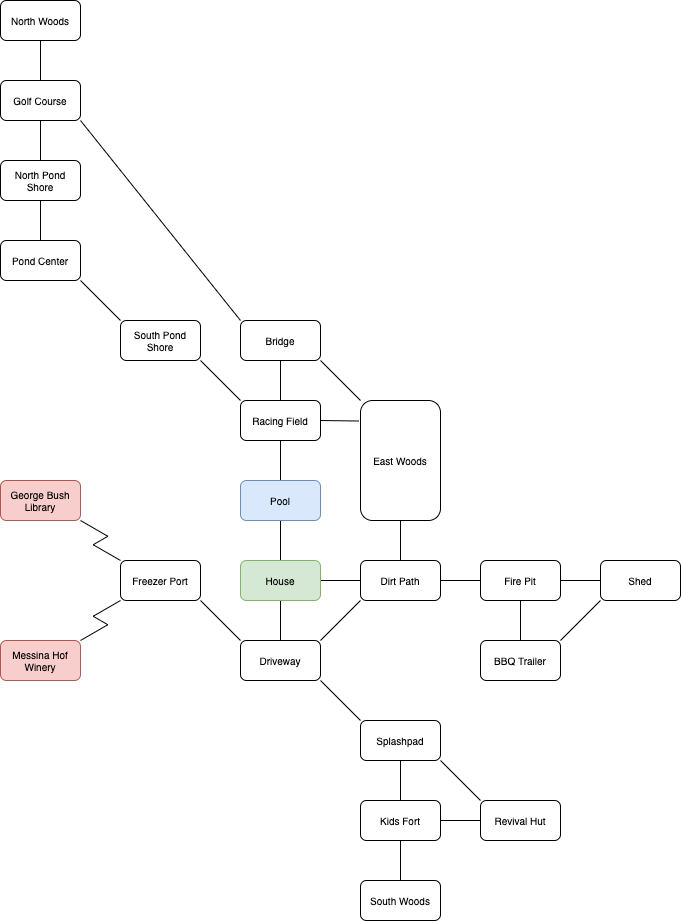
Above: docs/images/lbpquest-ii-Outside.png in rusty-software/lbpquest-ii (draw.io), before the change. Source tidied: cells renumbered, new cells last; positions are measured from the earlier drawing's top-left corner, leaving out a move shared by most shapes.
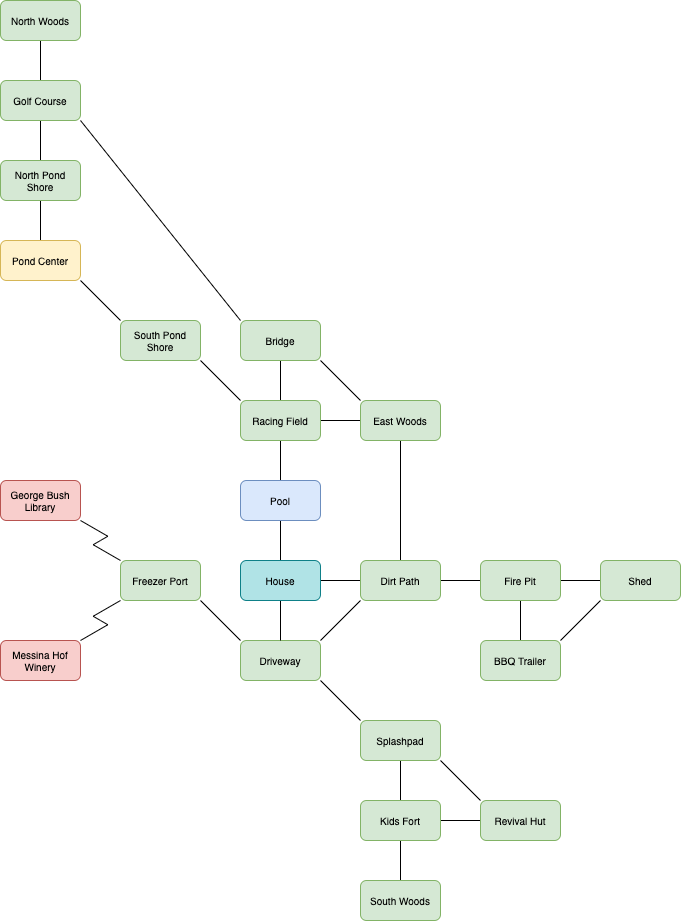
After the change.

Diff of the diagram source:
```diff
@@ -8,7 +8,7 @@
     <mxCell id="3" style="edgeStyle=none;rounded=0;jettySize=auto;html=1;exitX=1;exitY=1;exitDx=0;exitDy=0;entryX=0;entryY=0;entryDx=0;entryDy=0;fontSize=10;endArrow=none;endFill=0;" parent="1" edge="1" source="4" target="7">
       <mxGeometry relative="1" as="geometry" />
     </mxCell>
-    <mxCell id="4" value="Driveway" style="rounded=1;whiteSpace=wrap;html=1;fontSize=10;" parent="1" vertex="1">
+    <mxCell id="4" value="Driveway" style="rounded=1;whiteSpace=wrap;html=1;fontSize=10;fillColor=#d5e8d4;strokeColor=#82b366;" parent="1" vertex="1">
       <mxGeometry x="240" y="640" width="80" height="40" as="geometry" />
     </mxCell>
     <mxCell id="5" style="edgeStyle=none;rounded=0;jettySize=auto;html=1;exitX=0.5;exitY=1;exitDx=0;exitDy=0;entryX=0.5;entryY=0;entryDx=0;entryDy=0;fontSize=10;endArrow=none;endFill=0;" parent="1" edge="1" source="7" target="10">
@@ -17,7 +17,7 @@
     <mxCell id="6" style="edgeStyle=none;rounded=0;jettySize=auto;html=1;exitX=1;exitY=1;exitDx=0;exitDy=0;entryX=0;entryY=0;entryDx=0;entryDy=0;fontSize=10;endArrow=none;endFill=0;" parent="1" edge="1" source="7" target="12">
       <mxGeometry relative="1" as="geometry" />
     </mxCell>
-    <mxCell id="7" value="Splashpad" style="rounded=1;whiteSpace=wrap;html=1;fontSize=10;" parent="1" vertex="1">
+    <mxCell id="7" value="Splashpad" style="rounded=1;whiteSpace=wrap;html=1;fontSize=10;fillColor=#d5e8d4;strokeColor=#82b366;" parent="1" vertex="1">
       <mxGeometry x="360" y="720" width="80" height="40" as="geometry" />
     </mxCell>
     <mxCell id="8" style="edgeStyle=none;rounded=0;jettySize=auto;html=1;exitX=1;exitY=0.5;exitDx=0;exitDy=0;entryX=0;entryY=0.5;entryDx=0;entryDy=0;fontSize=10;endArrow=none;endFill=0;" parent="1" edge="1" source="10" target="12">
@@ -26,13 +26,13 @@
     <mxCell id="9" style="edgeStyle=none;rounded=0;jettySize=auto;html=1;exitX=0.5;exitY=1;exitDx=0;exitDy=0;entryX=0.5;entryY=0;entryDx=0;entryDy=0;fontSize=10;endArrow=none;endFill=0;" parent="1" edge="1" source="10" target="11">
       <mxGeometry relative="1" as="geometry" />
     </mxCell>
-    <mxCell id="10" value="Kids Fort" style="rounded=1;whiteSpace=wrap;html=1;fontSize=10;" parent="1" vertex="1">
+    <mxCell id="10" value="Kids Fort" style="rounded=1;whiteSpace=wrap;html=1;fontSize=10;fillColor=#d5e8d4;strokeColor=#82b366;" parent="1" vertex="1">
       <mxGeometry x="360" y="800" width="80" height="40" as="geometry" />
     </mxCell>
-    <mxCell id="11" value="South Woods" style="rounded=1;whiteSpace=wrap;html=1;fontSize=10;" parent="1" vertex="1">
+    <mxCell id="11" value="South Woods" style="rounded=1;whiteSpace=wrap;html=1;fontSize=10;fillColor=#d5e8d4;strokeColor=#82b366;" parent="1" vertex="1">
       <mxGeometry x="360" y="880" width="80" height="40" as="geometry" />
     </mxCell>
-    <mxCell id="12" value="Revival Hut" style="rounded=1;whiteSpace=wrap;html=1;fontSize=10;" parent="1" vertex="1">
+    <mxCell id="12" value="Revival Hut" style="rounded=1;whiteSpace=wrap;html=1;fontSize=10;fillColor=#d5e8d4;strokeColor=#82b366;" parent="1" vertex="1">
       <mxGeometry x="480" y="800" width="80" height="40" as="geometry" />
     </mxCell>
     <mxCell id="13" style="edgeStyle=orthogonalEdgeStyle;rounded=0;jettySize=auto;html=1;exitX=1;exitY=0.5;exitDx=0;exitDy=0;entryX=0;entryY=0.5;entryDx=0;entryDy=0;fontSize=10;endArrow=none;endFill=0;" parent="1" edge="1" source="16" target="27">
@@ -44,7 +44,7 @@
     <mxCell id="15" style="edgeStyle=none;rounded=0;jettySize=auto;html=1;exitX=0.5;exitY=0;exitDx=0;exitDy=0;entryX=0.5;entryY=1;entryDx=0;entryDy=0;fontSize=10;endArrow=none;endFill=0;" parent="1" edge="1" source="16" target="18">
       <mxGeometry relative="1" as="geometry" />
     </mxCell>
-    <mxCell id="16" value="House" style="rounded=1;whiteSpace=wrap;html=1;fontSize=10;fillColor=#d5e8d4;strokeColor=#82b366;" parent="1" vertex="1">
+    <mxCell id="16" value="House" style="rounded=1;whiteSpace=wrap;html=1;fontSize=10;fillColor=#b0e3e6;strokeColor=#0e8088;" parent="1" vertex="1">
       <mxGeometry x="240" y="560" width="80" height="40" as="geometry" />
     </mxCell>
     <mxCell id="17" style="edgeStyle=none;rounded=0;jettySize=auto;html=1;exitX=0.5;exitY=0;exitDx=0;exitDy=0;entryX=0.5;entryY=1;entryDx=0;entryDy=0;fontSize=10;endArrow=none;endFill=0;" parent="1" edge="1" source="18" target="37">
@@ -62,7 +62,7 @@
     <mxCell id="21" style="edgeStyle=isometricEdgeStyle;rounded=0;jettySize=auto;html=1;exitX=0;exitY=0;exitDx=0;exitDy=0;entryX=1;entryY=1;entryDx=0;entryDy=0;fontSize=10;endArrow=none;endFill=0;elbow=vertical;" parent="1" edge="1" source="22" target="23">
       <mxGeometry relative="1" as="geometry" />
     </mxCell>
-    <mxCell id="22" value="Freezer Port" style="rounded=1;whiteSpace=wrap;html=1;fontSize=10;" parent="1" vertex="1">
+    <mxCell id="22" value="Freezer Port" style="rounded=1;whiteSpace=wrap;html=1;fontSize=10;fillColor=#d5e8d4;strokeColor=#82b366;" parent="1" vertex="1">
       <mxGeometry x="120" y="560" width="80" height="40" as="geometry" />
     </mxCell>
     <mxCell id="23" value="George Bush Library" style="rounded=1;whiteSpace=wrap;html=1;fontSize=10;fillColor=#f8cecc;strokeColor=#b85450;" parent="1" vertex="1">
@@ -77,7 +77,7 @@
     <mxCell id="26" style="edgeStyle=none;rounded=0;jettySize=auto;html=1;exitX=0.5;exitY=0;exitDx=0;exitDy=0;entryX=0.5;entryY=1;entryDx=0;entryDy=0;fontSize=10;endArrow=none;endFill=0;" parent="1" edge="1" source="27" target="50">
       <mxGeometry relative="1" as="geometry" />
     </mxCell>
-    <mxCell id="27" value="Dirt Path" style="rounded=1;whiteSpace=wrap;html=1;fontSize=10;" parent="1" vertex="1">
+    <mxCell id="27" value="Dirt Path" style="rounded=1;whiteSpace=wrap;html=1;fontSize=10;fillColor=#d5e8d4;strokeColor=#82b366;" parent="1" vertex="1">
       <mxGeometry x="360" y="560" width="80" height="40" as="geometry" />
     </mxCell>
     <mxCell id="28" style="edgeStyle=orthogonalEdgeStyle;rounded=0;jettySize=auto;html=1;exitX=1;exitY=0.5;exitDx=0;exitDy=0;entryX=0;entryY=0.5;entryDx=0;entryDy=0;fontSize=10;endArrow=none;endFill=0;" parent="1" edge="1" source="30" target="32">
@@ -86,68 +86,71 @@
     <mxCell id="29" style="edgeStyle=none;rounded=0;jettySize=auto;html=1;exitX=0.5;exitY=1;exitDx=0;exitDy=0;entryX=0.5;entryY=0;entryDx=0;entryDy=0;fontSize=10;endArrow=none;endFill=0;" parent="1" edge="1" source="30" target="33">
       <mxGeometry relative="1" as="geometry" />
     </mxCell>
-    <mxCell id="30" value="Fire Pit" style="rounded=1;whiteSpace=wrap;html=1;fontSize=10;" parent="1" vertex="1">
+    <mxCell id="30" value="Fire Pit" style="rounded=1;whiteSpace=wrap;html=1;fontSize=10;fillColor=#d5e8d4;strokeColor=#82b366;" parent="1" vertex="1">
       <mxGeometry x="480" y="560" width="80" height="40" as="geometry" />
     </mxCell>
     <mxCell id="31" style="rounded=0;jettySize=auto;html=1;exitX=0;exitY=1;exitDx=0;exitDy=0;entryX=1;entryY=0;entryDx=0;entryDy=0;fontSize=10;endArrow=none;endFill=0;" parent="1" edge="1" source="32" target="33">
       <mxGeometry relative="1" as="geometry" />
     </mxCell>
-    <mxCell id="32" value="Shed" style="rounded=1;whiteSpace=wrap;html=1;fontSize=10;" parent="1" vertex="1">
+    <mxCell id="32" value="Shed" style="rounded=1;whiteSpace=wrap;html=1;fontSize=10;fillColor=#d5e8d4;strokeColor=#82b366;" parent="1" vertex="1">
       <mxGeometry x="600" y="560" width="80" height="40" as="geometry" />
     </mxCell>
-    <mxCell id="33" value="BBQ Trailer" style="rounded=1;whiteSpace=wrap;html=1;fontSize=10;" parent="1" vertex="1">
+    <mxCell id="33" value="BBQ Trailer" style="rounded=1;whiteSpace=wrap;html=1;fontSize=10;fillColor=#d5e8d4;strokeColor=#82b366;" parent="1" vertex="1">
       <mxGeometry x="480" y="640" width="80" height="40" as="geometry" />
     </mxCell>
-    <mxCell id="34" style="edgeStyle=none;rounded=0;jettySize=auto;html=1;exitX=1;exitY=0.5;exitDx=0;exitDy=0;entryX=-0.019;entryY=0.171;entryDx=0;entryDy=0;entryPerimeter=0;fontSize=10;endArrow=none;endFill=0;" parent="1" edge="1" source="37" target="50">
-      <mxGeometry relative="1" as="geometry" />
-    </mxCell>
     <mxCell id="35" style="edgeStyle=none;rounded=0;jettySize=auto;html=1;exitX=0.5;exitY=0;exitDx=0;exitDy=0;entryX=0.5;entryY=1;entryDx=0;entryDy=0;fontSize=10;endArrow=none;endFill=0;" parent="1" edge="1" source="37" target="39">
       <mxGeometry relative="1" as="geometry" />
     </mxCell>
     <mxCell id="36" style="edgeStyle=none;rounded=0;jettySize=auto;html=1;exitX=0;exitY=0;exitDx=0;exitDy=0;entryX=1;entryY=1;entryDx=0;entryDy=0;fontSize=10;endArrow=none;endFill=0;" parent="1" edge="1" source="37" target="41">
       <mxGeometry relative="1" as="geometry" />
     </mxCell>
+    <mxCell id="34" style="edgeStyle=orthogonalEdgeStyle;rounded=0;jettySize=auto;html=1;exitX=1;exitY=0.5;exitDx=0;exitDy=0;entryX=0;entryY=0.5;entryDx=0;entryDy=0;endArrow=none;endFill=0;" parent="1" edge="1" source="37" target="50">
+      <mxGeometry relative="1" as="geometry" />
+    </mxCell>
-    <mxCell id="37" value="Racing Field" style="rounded=1;whiteSpace=wrap;html=1;fontSize=10;" parent="1" vertex="1">
+    <mxCell id="37" value="Racing Field" style="rounded=1;whiteSpace=wrap;html=1;fontSize=10;fillColor=#d5e8d4;strokeColor=#82b366;" parent="1" vertex="1">
       <mxGeometry x="240" y="400" width="80" height="40" as="geometry" />
     </mxCell>
     <mxCell id="38" style="edgeStyle=none;rounded=0;jettySize=auto;html=1;exitX=0;exitY=0;exitDx=0;exitDy=0;entryX=1;entryY=1;entryDx=0;entryDy=0;fontSize=10;endArrow=none;endFill=0;" parent="1" edge="1" source="39" target="47">
       <mxGeometry relative="1" as="geometry" />
     </mxCell>
-    <mxCell id="39" value="Bridge" style="rounded=1;whiteSpace=wrap;html=1;fontSize=10;" parent="1" vertex="1">
+    <mxCell id="39" value="Bridge" style="rounded=1;whiteSpace=wrap;html=1;fontSize=10;fillColor=#d5e8d4;strokeColor=#82b366;" parent="1" vertex="1">
       <mxGeometry x="240" y="320" width="80" height="40" as="geometry" />
     </mxCell>
     <mxCell id="40" style="edgeStyle=none;rounded=0;jettySize=auto;html=1;exitX=0;exitY=0;exitDx=0;exitDy=0;entryX=1;entryY=1;entryDx=0;entryDy=0;fontSize=10;endArrow=none;endFill=0;" parent="1" edge="1" source="41" target="43">
       <mxGeometry relative="1" as="geometry" />
     </mxCell>
-    <mxCell id="41" value="South Pond Shore" style="rounded=1;whiteSpace=wrap;html=1;fontSize=10;" parent="1" vertex="1">
+    <mxCell id="41" value="South Pond Shore" style="rounded=1;whiteSpace=wrap;html=1;fontSize=10;fillColor=#d5e8d4;strokeColor=#82b366;" parent="1" vertex="1">
       <mxGeometry x="120" y="320" width="80" height="40" as="geometry" />
     </mxCell>
     <mxCell id="42" style="edgeStyle=none;rounded=0;jettySize=auto;html=1;exitX=0.5;exitY=0;exitDx=0;exitDy=0;entryX=0.5;entryY=1;entryDx=0;entryDy=0;fontSize=10;endArrow=none;endFill=0;" parent="1" edge="1" source="43" target="45">
       <mxGeometry relative="1" as="geometry" />
     </mxCell>
-    <mxCell id="43" value="Pond Center" style="rounded=1;whiteSpace=wrap;html=1;fontSize=10;" parent="1" vertex="1">
+    <mxCell id="43" value="Pond Center" style="rounded=1;whiteSpace=wrap;html=1;fontSize=10;fillColor=#fff2cc;strokeColor=#d6b656;" parent="1" vertex="1">
       <mxGeometry y="240" width="80" height="40" as="geometry" />
     </mxCell>
     <mxCell id="44" style="edgeStyle=none;rounded=0;jettySize=auto;html=1;exitX=0.5;exitY=0;exitDx=0;exitDy=0;entryX=0.5;entryY=1;entryDx=0;entryDy=0;fontSize=10;endArrow=none;endFill=0;" parent="1" edge="1" source="45" target="47">
       <mxGeometry relative="1" as="geometry" />
     </mxCell>
-    <mxCell id="45" value="North Pond Shore" style="rounded=1;whiteSpace=wrap;html=1;fontSize=10;" parent="1" vertex="1">
+    <mxCell id="45" value="North Pond Shore" style="rounded=1;whiteSpace=wrap;html=1;fontSize=10;fillColor=#d5e8d4;strokeColor=#82b366;" parent="1" vertex="1">
       <mxGeometry y="160" width="80" height="40" as="geometry" />
     </mxCell>
     <mxCell id="46" style="edgeStyle=none;rounded=0;jettySize=auto;html=1;exitX=0.5;exitY=0;exitDx=0;exitDy=0;entryX=0.5;entryY=1;entryDx=0;entryDy=0;fontSize=10;endArrow=none;endFill=0;" parent="1" edge="1" source="47" target="48">
       <mxGeometry relative="1" as="geometry" />
     </mxCell>
-    <mxCell id="47" value="Golf Course" style="rounded=1;whiteSpace=wrap;html=1;fontSize=10;" parent="1" vertex="1">
+    <mxCell id="47" value="Golf Course" style="rounded=1;whiteSpace=wrap;html=1;fontSize=10;fillColor=#d5e8d4;strokeColor=#82b366;" parent="1" vertex="1">
       <mxGeometry y="80" width="80" height="40" as="geometry" />
     </mxCell>
-    <mxCell id="48" value="North Woods" style="rounded=1;whiteSpace=wrap;html=1;fontSize=10;" parent="1" vertex="1">
+    <mxCell id="48" value="North Woods" style="rounded=1;whiteSpace=wrap;html=1;fontSize=10;fillColor=#d5e8d4;strokeColor=#82b366;" parent="1" vertex="1">
       <mxGeometry width="80" height="40" as="geometry" />
     </mxCell>
     <mxCell id="49" style="edgeStyle=none;rounded=0;jettySize=auto;html=1;exitX=0;exitY=0;exitDx=0;exitDy=0;entryX=1;entryY=1;entryDx=0;entryDy=0;fontSize=10;endArrow=none;endFill=0;" parent="1" edge="1" source="50" target="39">
       <mxGeometry relative="1" as="geometry" />
     </mxCell>
-    <mxCell id="50" value="East Woods" style="rounded=1;whiteSpace=wrap;html=1;fontSize=10;" parent="1" vertex="1">
-      <mxGeometry x="360" y="400" width="80" height="120" as="geometry" />
+    <mxCell id="50" value="East Woods" style="rounded=1;whiteSpace=wrap;html=1;fontSize=10;fillColor=#d5e8d4;strokeColor=#82b366;" parent="1" vertex="1">
+      <mxGeometry x="360" y="400" width="80" height="40" as="geometry" />
     </mxCell>
+    <mxCell id="51" style="edgeStyle=orthogonalEdgeStyle;rounded=0;orthogonalLoop=1;jettySize=auto;html=1;exitX=0.5;exitY=1;exitDx=0;exitDy=0;" parent="1" edge="1" source="50" target="50">
+      <mxGeometry relative="1" as="geometry" />
+    </mxCell>
   </root>
 </mxGraphModel>
```
